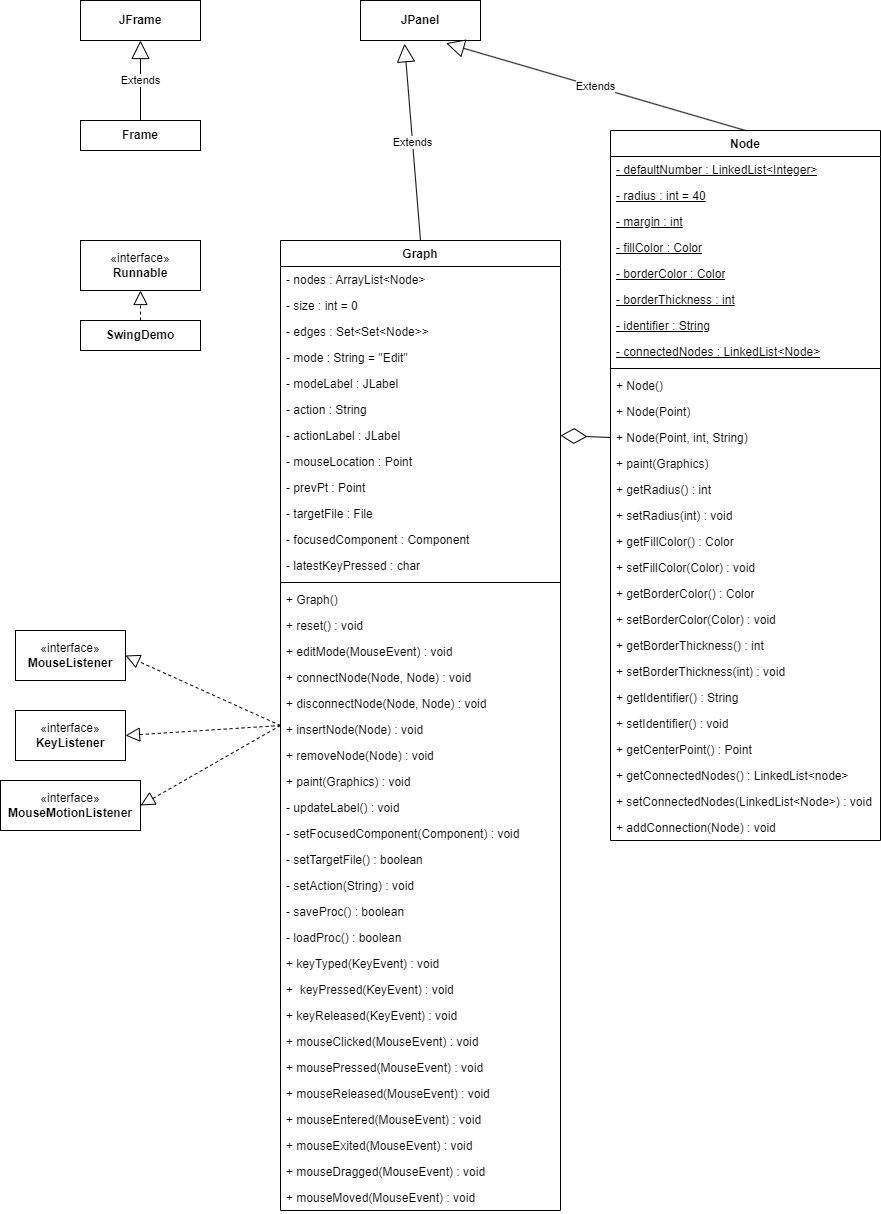
Before: assets/GUI.drawio.png, a diagram exported from draw.io (Ezo-Tanuki/Graph-GUI). Source tidied: cells renumbered, new cells last; positions are measured from the earlier drawing's top-left corner, leaving out a move shared by most shapes.
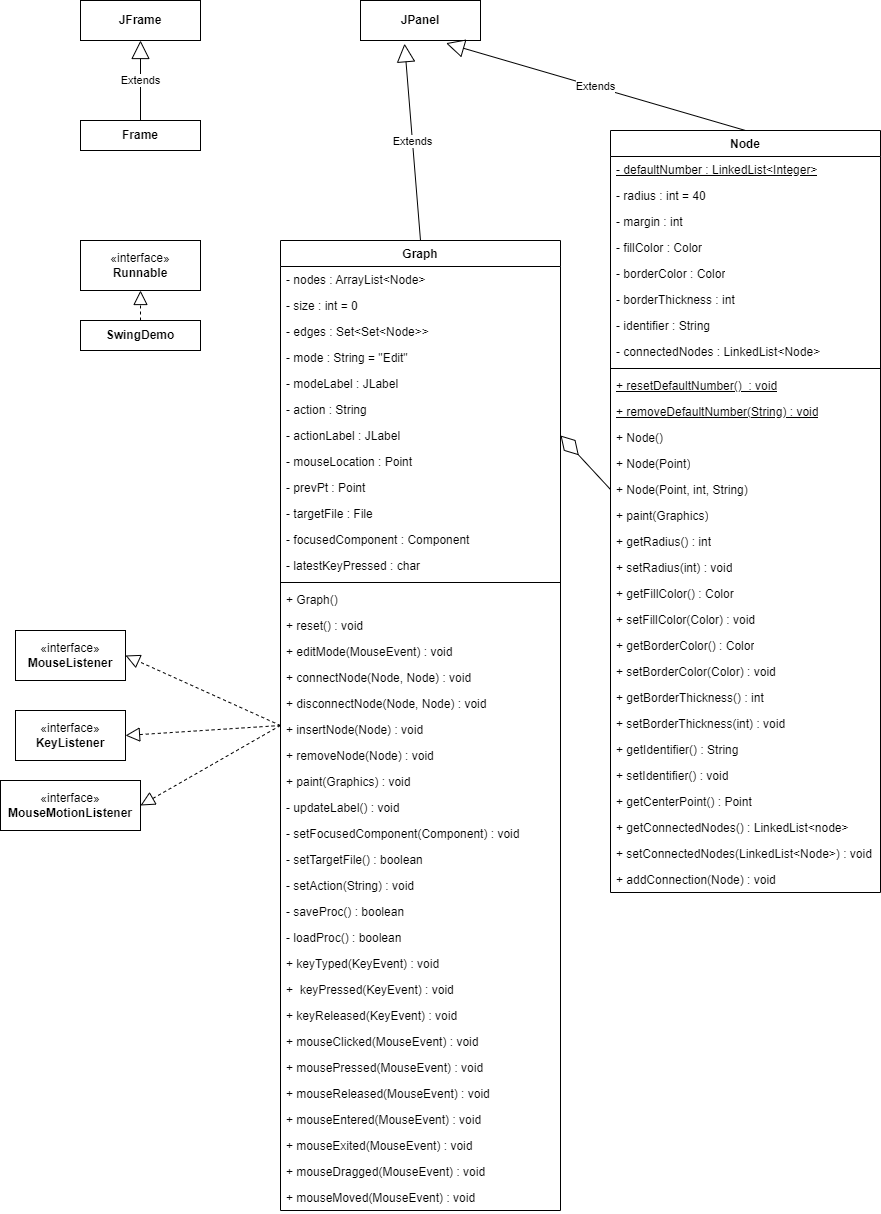
Above is the later version.

Diff of the diagram source:
```diff
@@ -116,89 +116,95 @@
     <mxCell id="39" value="+ mouseMoved(MouseEvent) : void" style="text;align=left;verticalAlign=top;spacingLeft=4;spacingRight=4;overflow=hidden;" parent="2" vertex="1">
       <mxGeometry y="944" width="280" height="26" as="geometry" />
     </mxCell>
-    <mxCell id="40" value="Node" style="swimlane;fontStyle=1;align=center;verticalAlign=top;horizontal=1;startSize=26;whiteSpace=wrap;html=1;" parent="1" vertex="1">
-      <mxGeometry x="610" y="130" width="270" height="710" as="geometry" />
+    <mxCell id="40" value="Node" style="swimlane;fontStyle=1;align=center;verticalAlign=top;horizontal=1;startSize=26;whiteSpace=wrap;html=1;strokeColor=default;" parent="1" vertex="1">
+      <mxGeometry x="610" y="130" width="270" height="762" as="geometry" />
     </mxCell>
     <mxCell id="41" value="- defaultNumber : LinkedList&amp;lt;Integer&amp;gt;" style="text;strokeColor=none;fillColor=none;align=left;verticalAlign=top;spacingLeft=4;spacingRight=4;overflow=hidden;whiteSpace=wrap;html=1;fontStyle=4;" parent="40" vertex="1">
       <mxGeometry y="26" width="270" height="26" as="geometry" />
     </mxCell>
-    <mxCell id="42" value="- radius : int = 40" style="text;strokeColor=none;fillColor=none;align=left;verticalAlign=top;spacingLeft=4;spacingRight=4;overflow=hidden;whiteSpace=wrap;html=1;fontStyle=4;" parent="40" vertex="1">
+    <mxCell id="42" value="- radius : int = 40" style="text;strokeColor=none;fillColor=none;align=left;verticalAlign=top;spacingLeft=4;spacingRight=4;overflow=hidden;whiteSpace=wrap;html=1;fontStyle=0;" parent="40" vertex="1">
       <mxGeometry y="52" width="270" height="26" as="geometry" />
     </mxCell>
-    <mxCell id="43" value="- margin : int" style="text;strokeColor=none;fillColor=none;align=left;verticalAlign=top;spacingLeft=4;spacingRight=4;overflow=hidden;whiteSpace=wrap;html=1;fontStyle=4;" parent="40" vertex="1">
+    <mxCell id="43" value="- margin : int" style="text;strokeColor=none;fillColor=none;align=left;verticalAlign=top;spacingLeft=4;spacingRight=4;overflow=hidden;whiteSpace=wrap;html=1;fontStyle=0;" parent="40" vertex="1">
       <mxGeometry y="78" width="270" height="26" as="geometry" />
     </mxCell>
-    <mxCell id="44" value="- fillColor : Color" style="text;strokeColor=none;fillColor=none;align=left;verticalAlign=top;spacingLeft=4;spacingRight=4;overflow=hidden;whiteSpace=wrap;html=1;fontStyle=4;" parent="40" vertex="1">
+    <mxCell id="44" value="- fillColor : Color" style="text;strokeColor=none;fillColor=none;align=left;verticalAlign=top;spacingLeft=4;spacingRight=4;overflow=hidden;whiteSpace=wrap;html=1;fontStyle=0;" parent="40" vertex="1">
       <mxGeometry y="104" width="270" height="26" as="geometry" />
     </mxCell>
-    <mxCell id="45" value="- borderColor : Color" style="text;strokeColor=none;fillColor=none;align=left;verticalAlign=top;spacingLeft=4;spacingRight=4;overflow=hidden;whiteSpace=wrap;html=1;fontStyle=4;" parent="40" vertex="1">
+    <mxCell id="45" value="- borderColor : Color" style="text;strokeColor=none;fillColor=none;align=left;verticalAlign=top;spacingLeft=4;spacingRight=4;overflow=hidden;whiteSpace=wrap;html=1;fontStyle=0;" parent="40" vertex="1">
       <mxGeometry y="130" width="270" height="26" as="geometry" />
     </mxCell>
-    <mxCell id="46" value="- borderThickness : int" style="text;strokeColor=none;fillColor=none;align=left;verticalAlign=top;spacingLeft=4;spacingRight=4;overflow=hidden;whiteSpace=wrap;html=1;fontStyle=4;" parent="40" vertex="1">
+    <mxCell id="46" value="- borderThickness : int" style="text;strokeColor=none;fillColor=none;align=left;verticalAlign=top;spacingLeft=4;spacingRight=4;overflow=hidden;whiteSpace=wrap;html=1;fontStyle=0;" parent="40" vertex="1">
       <mxGeometry y="156" width="270" height="26" as="geometry" />
     </mxCell>
-    <mxCell id="47" value="- identifier : String" style="text;strokeColor=none;fillColor=none;align=left;verticalAlign=top;spacingLeft=4;spacingRight=4;overflow=hidden;whiteSpace=wrap;html=1;fontStyle=4;" parent="40" vertex="1">
+    <mxCell id="47" value="- identifier : String" style="text;strokeColor=none;fillColor=none;align=left;verticalAlign=top;spacingLeft=4;spacingRight=4;overflow=hidden;whiteSpace=wrap;html=1;fontStyle=0;" parent="40" vertex="1">
       <mxGeometry y="182" width="270" height="26" as="geometry" />
     </mxCell>
-    <mxCell id="48" value="- connectedNodes : LinkedList&amp;lt;Node&amp;gt;" style="text;strokeColor=none;fillColor=none;align=left;verticalAlign=top;spacingLeft=4;spacingRight=4;overflow=hidden;whiteSpace=wrap;html=1;fontStyle=4;" parent="40" vertex="1">
+    <mxCell id="48" value="- connectedNodes : LinkedList&amp;lt;Node&amp;gt;" style="text;strokeColor=none;fillColor=none;align=left;verticalAlign=top;spacingLeft=4;spacingRight=4;overflow=hidden;whiteSpace=wrap;html=1;fontStyle=0;" parent="40" vertex="1">
       <mxGeometry y="208" width="270" height="26" as="geometry" />
     </mxCell>
     <mxCell id="49" style="line;strokeWidth=1;fillColor=none;align=left;verticalAlign=middle;spacingTop=-1;spacingLeft=3;spacingRight=3;labelPosition=right;strokeColor=inherit;" parent="40" vertex="1">
       <mxGeometry y="234" width="270" height="8" as="geometry" />
     </mxCell>
+    <mxCell id="84" value="+ resetDefaultNumber()&amp;nbsp; : void" style="text;strokeColor=none;fillColor=none;align=left;verticalAlign=top;spacingLeft=4;spacingRight=4;overflow=hidden;whiteSpace=wrap;html=1;fontStyle=4;" parent="40" vertex="1">
+      <mxGeometry y="242" width="270" height="26" as="geometry" />
+    </mxCell>
+    <mxCell id="85" value="+ removeDefaultNumber(String) : void" style="text;strokeColor=none;fillColor=none;align=left;verticalAlign=top;spacingLeft=4;spacingRight=4;overflow=hidden;whiteSpace=wrap;html=1;fontStyle=4;" parent="40" vertex="1">
+      <mxGeometry y="268" width="270" height="26" as="geometry" />
+    </mxCell>
     <mxCell id="50" value="+ Node()" style="text;strokeColor=none;fillColor=none;align=left;verticalAlign=top;spacingLeft=4;spacingRight=4;overflow=hidden;whiteSpace=wrap;html=1;" parent="40" vertex="1">
-      <mxGeometry y="242" width="270" height="26" as="geometry" />
+      <mxGeometry y="294" width="270" height="26" as="geometry" />
     </mxCell>
     <mxCell id="51" value="+ Node(Point)" style="text;strokeColor=none;fillColor=none;align=left;verticalAlign=top;spacingLeft=4;spacingRight=4;overflow=hidden;whiteSpace=wrap;html=1;" parent="40" vertex="1">
-      <mxGeometry y="268" width="270" height="26" as="geometry" />
+      <mxGeometry y="320" width="270" height="26" as="geometry" />
     </mxCell>
     <mxCell id="52" value="+ Node(Point, int, String)" style="text;strokeColor=none;fillColor=none;align=left;verticalAlign=top;spacingLeft=4;spacingRight=4;overflow=hidden;points=[[0,0.5],[1,0.5]];portConstraint=eastwest;whiteSpace=wrap;html=1;" parent="40" vertex="1">
-      <mxGeometry y="294" width="270" height="26" as="geometry" />
+      <mxGeometry y="346" width="270" height="26" as="geometry" />
     </mxCell>
     <mxCell id="53" value="+ paint(Graphics)" style="text;strokeColor=none;fillColor=none;align=left;verticalAlign=top;spacingLeft=4;spacingRight=4;overflow=hidden;whiteSpace=wrap;html=1;" parent="40" vertex="1">
-      <mxGeometry y="320" width="270" height="26" as="geometry" />
+      <mxGeometry y="372" width="270" height="26" as="geometry" />
     </mxCell>
     <mxCell id="54" value="+ getRadius() : int" style="text;strokeColor=none;fillColor=none;align=left;verticalAlign=top;spacingLeft=4;spacingRight=4;overflow=hidden;whiteSpace=wrap;html=1;" parent="40" vertex="1">
-      <mxGeometry y="346" width="270" height="26" as="geometry" />
+      <mxGeometry y="398" width="270" height="26" as="geometry" />
     </mxCell>
     <mxCell id="55" value="+ setRadius(int) : void" style="text;strokeColor=none;fillColor=none;align=left;verticalAlign=top;spacingLeft=4;spacingRight=4;overflow=hidden;whiteSpace=wrap;html=1;" parent="40" vertex="1">
-      <mxGeometry y="372" width="270" height="26" as="geometry" />
+      <mxGeometry y="424" width="270" height="26" as="geometry" />
     </mxCell>
     <mxCell id="56" value="+ getFillColor() : Color" style="text;strokeColor=none;fillColor=none;align=left;verticalAlign=top;spacingLeft=4;spacingRight=4;overflow=hidden;whiteSpace=wrap;html=1;" parent="40" vertex="1">
-      <mxGeometry y="398" width="270" height="26" as="geometry" />
+      <mxGeometry y="450" width="270" height="26" as="geometry" />
     </mxCell>
     <mxCell id="57" value="+ setFillColor(Color) : void" style="text;strokeColor=none;fillColor=none;align=left;verticalAlign=top;spacingLeft=4;spacingRight=4;overflow=hidden;whiteSpace=wrap;html=1;" parent="40" vertex="1">
-      <mxGeometry y="424" width="270" height="26" as="geometry" />
+      <mxGeometry y="476" width="270" height="26" as="geometry" />
     </mxCell>
     <mxCell id="58" value="+ getBorderColor() : Color" style="text;strokeColor=none;fillColor=none;align=left;verticalAlign=top;spacingLeft=4;spacingRight=4;overflow=hidden;whiteSpace=wrap;html=1;" parent="40" vertex="1">
-      <mxGeometry y="450" width="270" height="26" as="geometry" />
+      <mxGeometry y="502" width="270" height="26" as="geometry" />
     </mxCell>
     <mxCell id="59" value="+ setBorderColor(Color) : void" style="text;strokeColor=none;fillColor=none;align=left;verticalAlign=top;spacingLeft=4;spacingRight=4;overflow=hidden;whiteSpace=wrap;html=1;" parent="40" vertex="1">
-      <mxGeometry y="476" width="270" height="26" as="geometry" />
+      <mxGeometry y="528" width="270" height="26" as="geometry" />
     </mxCell>
     <mxCell id="60" value="+ getBorderThickness() : int" style="text;strokeColor=none;fillColor=none;align=left;verticalAlign=top;spacingLeft=4;spacingRight=4;overflow=hidden;whiteSpace=wrap;html=1;" parent="40" vertex="1">
-      <mxGeometry y="502" width="270" height="26" as="geometry" />
+      <mxGeometry y="554" width="270" height="26" as="geometry" />
     </mxCell>
     <mxCell id="61" value="+ setBorderThickness(int) : void" style="text;strokeColor=none;fillColor=none;align=left;verticalAlign=top;spacingLeft=4;spacingRight=4;overflow=hidden;whiteSpace=wrap;html=1;" parent="40" vertex="1">
-      <mxGeometry y="528" width="270" height="26" as="geometry" />
+      <mxGeometry y="580" width="270" height="26" as="geometry" />
     </mxCell>
     <mxCell id="62" value="+ getIdentifier() : String" style="text;strokeColor=none;fillColor=none;align=left;verticalAlign=top;spacingLeft=4;spacingRight=4;overflow=hidden;whiteSpace=wrap;html=1;" parent="40" vertex="1">
-      <mxGeometry y="554" width="270" height="26" as="geometry" />
+      <mxGeometry y="606" width="270" height="26" as="geometry" />
     </mxCell>
     <mxCell id="63" value="+ setIdentifier() : void" style="text;strokeColor=none;fillColor=none;align=left;verticalAlign=top;spacingLeft=4;spacingRight=4;overflow=hidden;whiteSpace=wrap;html=1;" parent="40" vertex="1">
-      <mxGeometry y="580" width="270" height="26" as="geometry" />
+      <mxGeometry y="632" width="270" height="26" as="geometry" />
     </mxCell>
     <mxCell id="64" value="+ getCenterPoint() : Point" style="text;strokeColor=none;fillColor=none;align=left;verticalAlign=top;spacingLeft=4;spacingRight=4;overflow=hidden;whiteSpace=wrap;html=1;" parent="40" vertex="1">
-      <mxGeometry y="606" width="270" height="26" as="geometry" />
+      <mxGeometry y="658" width="270" height="26" as="geometry" />
     </mxCell>
     <mxCell id="65" value="+ getConnectedNodes() : LinkedList&amp;lt;node&amp;gt;" style="text;strokeColor=none;fillColor=none;align=left;verticalAlign=top;spacingLeft=4;spacingRight=4;overflow=hidden;whiteSpace=wrap;html=1;" parent="40" vertex="1">
-      <mxGeometry y="632" width="270" height="26" as="geometry" />
+      <mxGeometry y="684" width="270" height="26" as="geometry" />
     </mxCell>
     <mxCell id="66" value="+ setConnectedNodes(LinkedList&amp;lt;Node&amp;gt;) : void" style="text;strokeColor=none;fillColor=none;align=left;verticalAlign=top;spacingLeft=4;spacingRight=4;overflow=hidden;whiteSpace=wrap;html=1;" parent="40" vertex="1">
-      <mxGeometry y="658" width="270" height="26" as="geometry" />
+      <mxGeometry y="710" width="270" height="26" as="geometry" />
     </mxCell>
     <mxCell id="67" value="+ addConnection(Node) : void" style="text;strokeColor=none;fillColor=none;align=left;verticalAlign=top;spacingLeft=4;spacingRight=4;overflow=hidden;whiteSpace=wrap;html=1;" parent="40" vertex="1">
-      <mxGeometry y="684" width="270" height="26" as="geometry" />
+      <mxGeometry y="736" width="270" height="26" as="geometry" />
     </mxCell>
     <mxCell id="68" style="endArrow=diamondThin;endFill=0;endSize=24;html=1;rounded=0;entryX=1;entryY=0.5;entryDx=0;entryDy=0;exitX=0;exitY=0.5;exitDx=0;exitDy=0;" parent="1" edge="1" source="52" target="9">
       <mxGeometry relative="1" as="geometry" />
```
